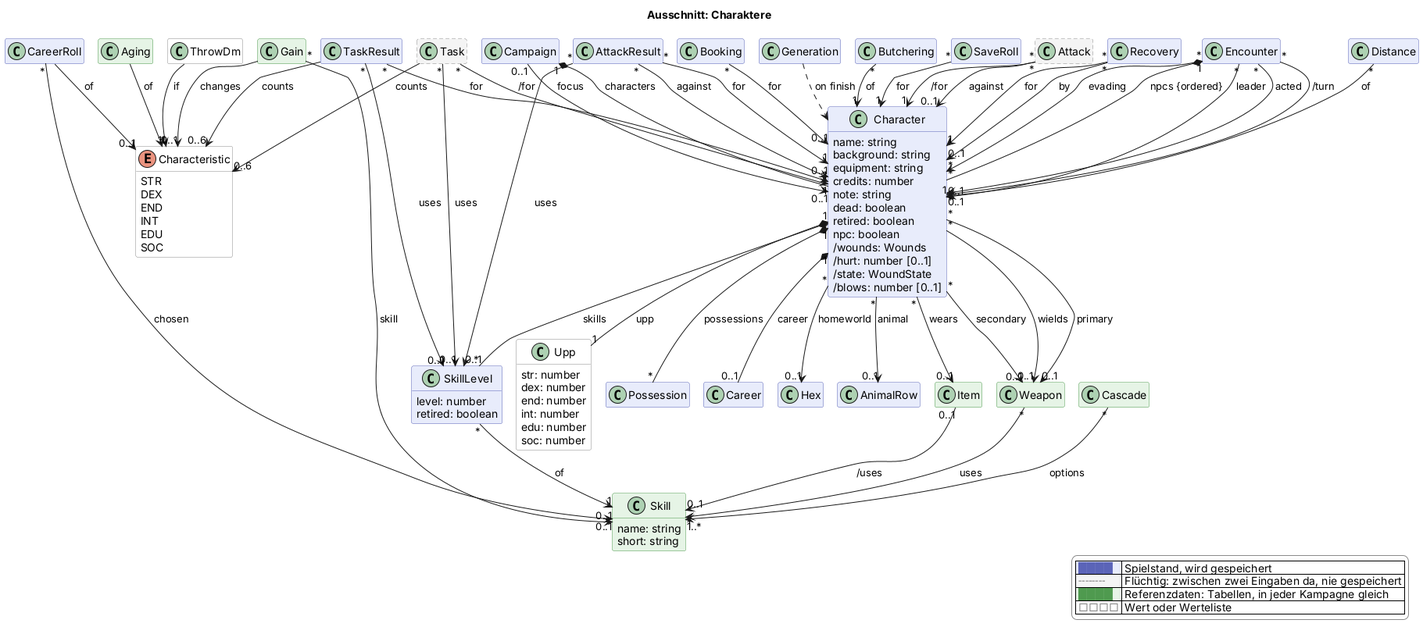
This is docs/views/charakter.png from scuzzar/SRE, a PlantUML export, as it was before one commit.
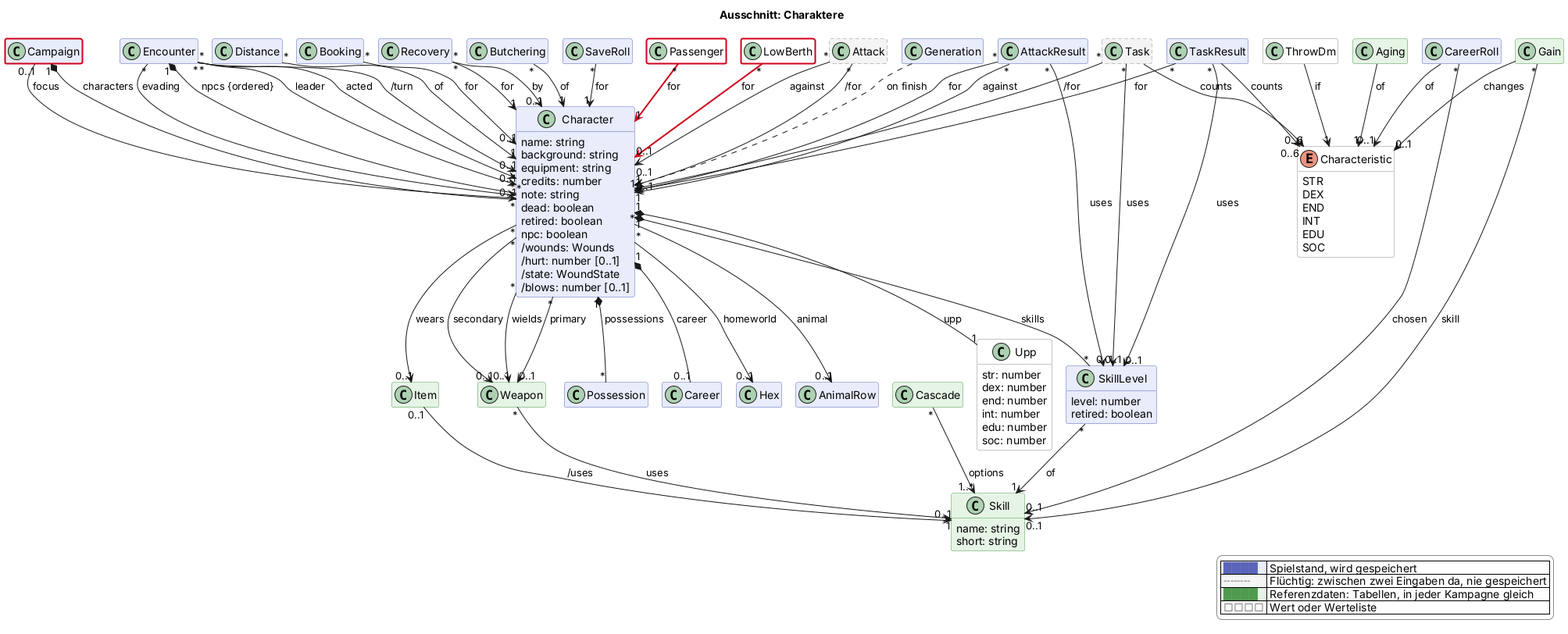
Above is the later version.

Diff of the diagram source:
```diff
@@ -105,6 +105,9 @@
   class Butchering $begegnung
   class SaveRoll $begegnung
 
+  class Passenger <<value>> $reise $newClass("2026-11-13d")
+  class LowBerth <<value>> $reise $newClass("2026-11-13d")
+
   class Task <<transient>> $probe
   class TaskResult $probe
   class Attack <<transient>> $kampf
@@ -136,6 +139,9 @@
 Campaign "1" *-- "*" Character : characters
 Campaign "0..1" --> "0..1" Character : focus
 Booking "*" --> "0..1" Character : for
+
+Passenger "*" -$newArrow("2026-11-13d")-> "1" Character : for
+LowBerth "*" -$newArrow("2026-11-13d")-> "0..1" Character : for
 
 Generation ..> Character : on finish
 Character "1" *-- "0..1" Career : career
@@ -196,4 +202,5 @@
   |<#e6f4e6> <color:#4f9a4f>████</color> | Referenzdaten: Tabellen, in jeder Kampagne gleich |
   |<#ffffff> <color:#8a8a8a>□□□□</color> | Wert oder Werteliste |
 endlegend
+class Campaign #line:d0021b;line.bold
 @enduml
```
